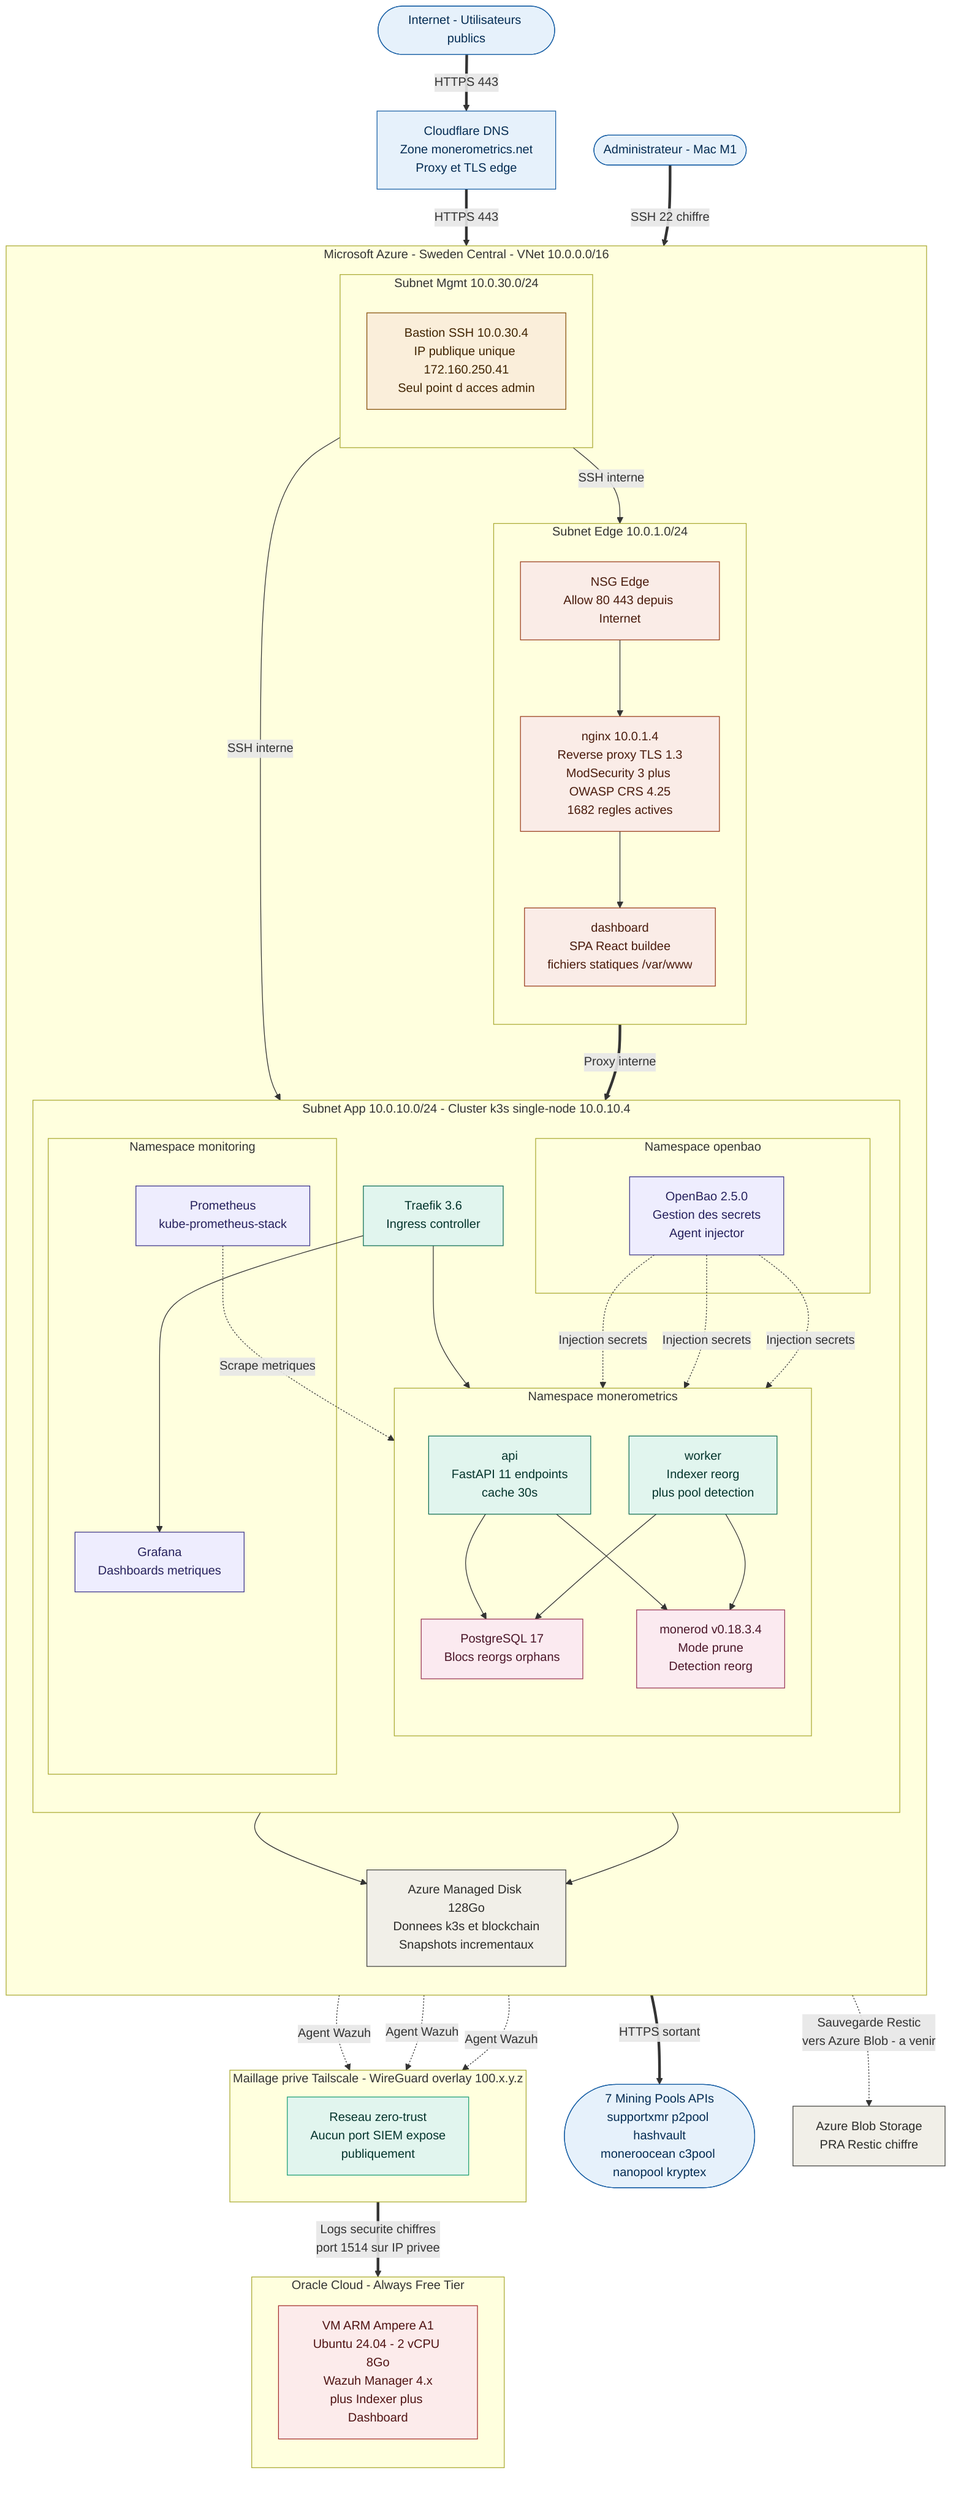
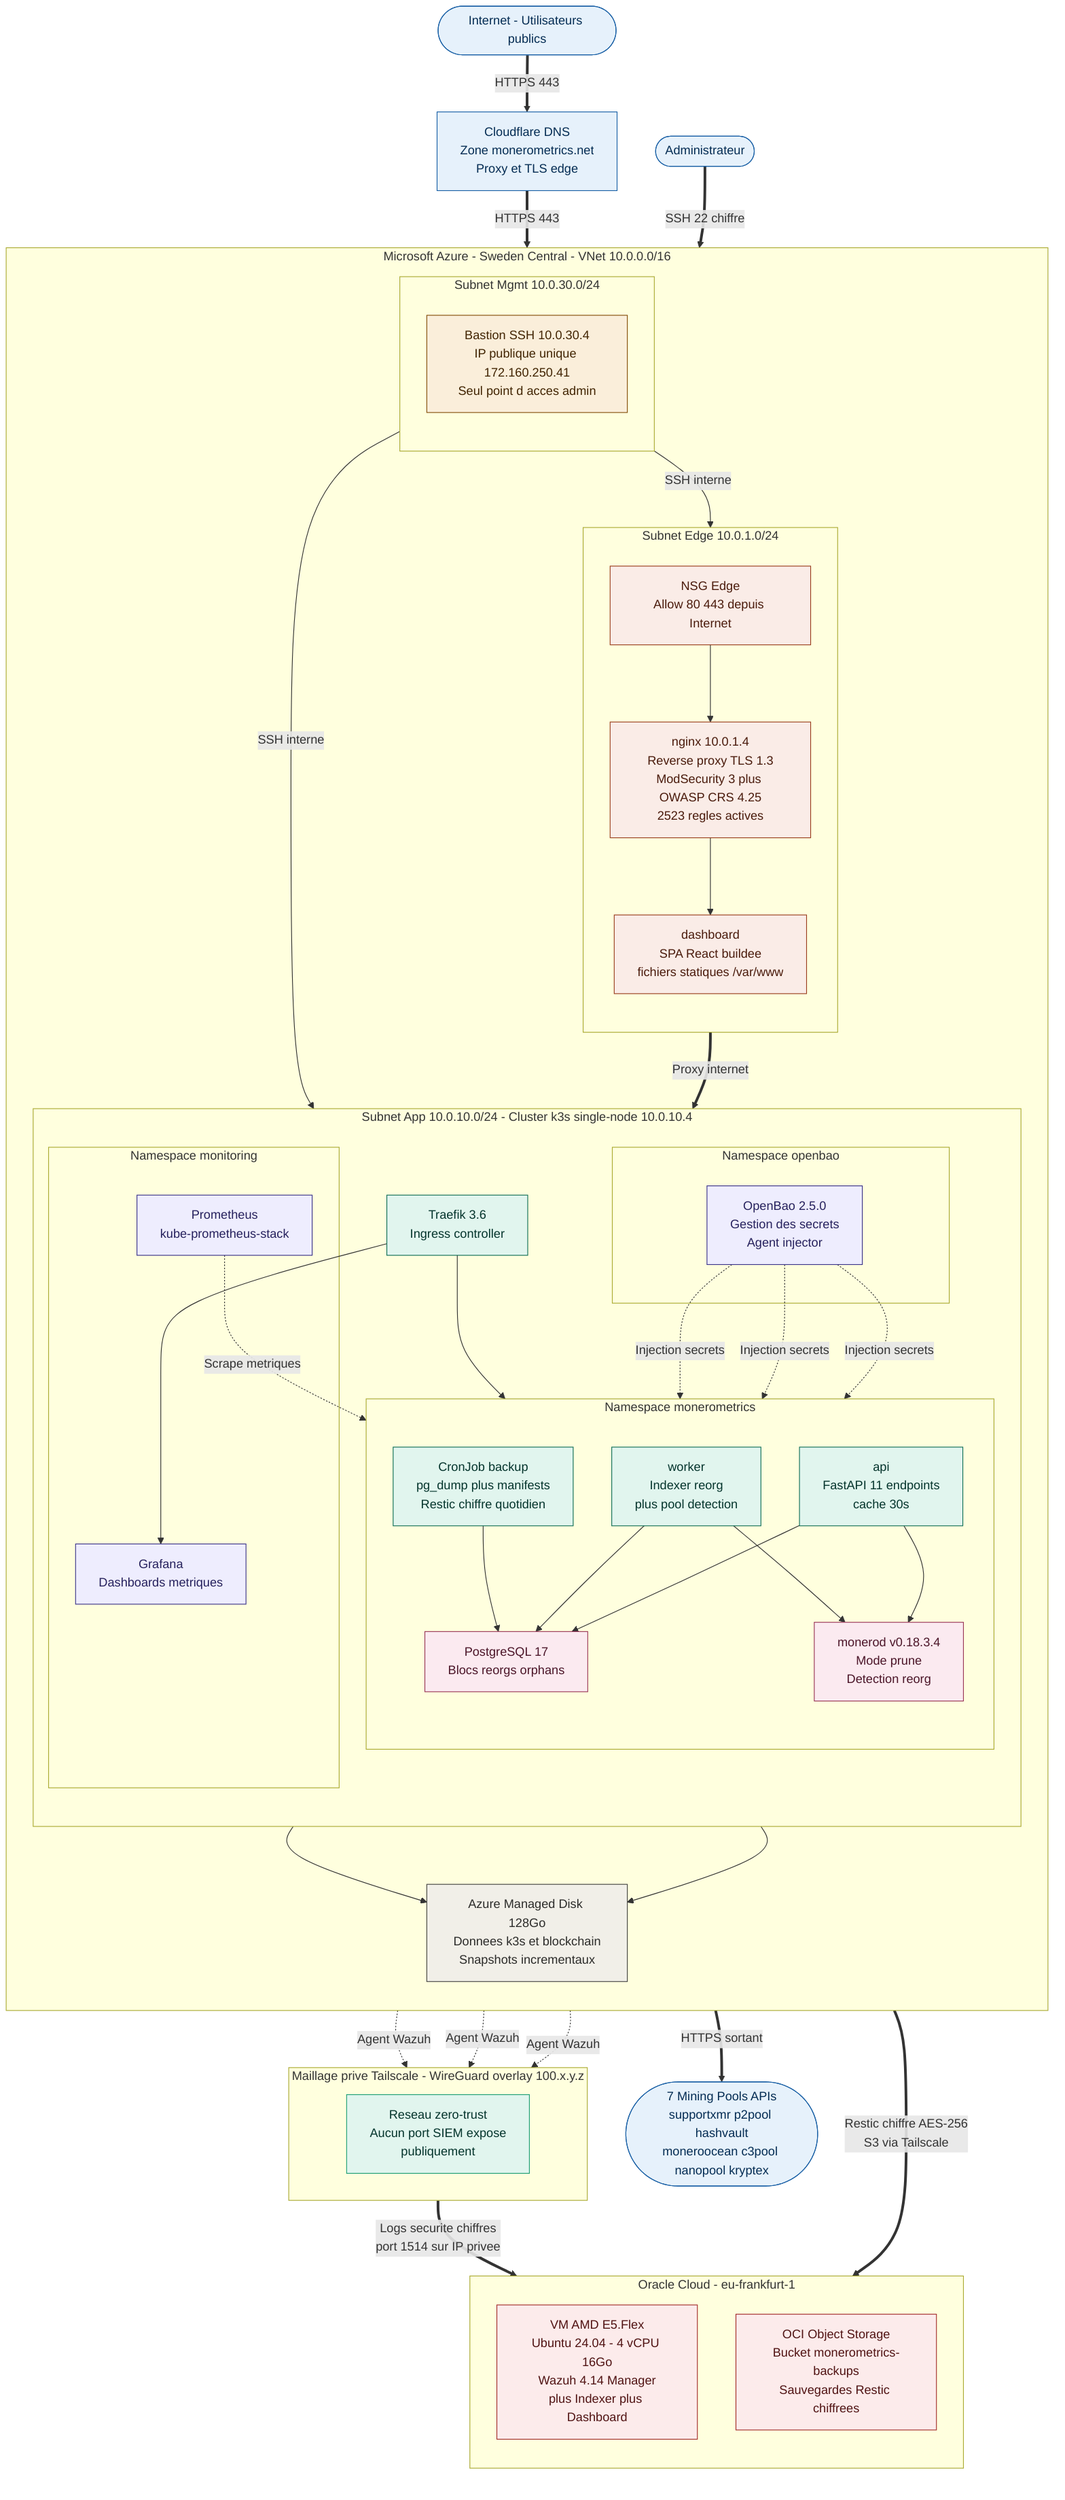
flowchart TB
    Internet([Internet - Utilisateurs publics])
-     Admin([Administrateur - Mac M1])
+     Admin([Administrateur])
    Pools([7 Mining Pools APIs<br/>supportxmr p2pool hashvault<br/>moneroocean c3pool nanopool kryptex])
    CF["Cloudflare DNS<br/>Zone monerometrics.net<br/>Proxy et TLS edge"]

    subgraph Azure["Microsoft Azure - Sweden Central - VNet 10.0.0.0/16"]
        direction TB

        subgraph Edge["Subnet Edge 10.0.1.0/24"]
            direction TB
            NSG1["NSG Edge<br/>Allow 80 443 depuis Internet"]
-             NGX["nginx 10.0.1.4<br/>Reverse proxy TLS 1.3<br/>ModSecurity 3 plus OWASP CRS 4.25<br/>1682 regles actives"]
+             NGX["nginx 10.0.1.4<br/>Reverse proxy TLS 1.3<br/>ModSecurity 3 plus OWASP CRS 4.25<br/>2523 regles actives"]
            DASH["dashboard<br/>SPA React buildee<br/>fichiers statiques /var/www"]
            NSG1 --> NGX
            NGX --> DASH
        end

        subgraph Mgmt["Subnet Mgmt 10.0.30.0/24"]
            direction TB
            BAS["Bastion SSH 10.0.30.4<br/>IP publique unique 172.160.250.41<br/>Seul point d acces admin"]
        end

        subgraph App["Subnet App 10.0.10.0/24 - Cluster k3s single-node 10.0.10.4"]
            direction TB
            TRF["Traefik 3.6<br/>Ingress controller"]

            subgraph NSmm["Namespace monerometrics"]
                direction TB
                API["api<br/>FastAPI 11 endpoints<br/>cache 30s"]
                WRK["worker<br/>Indexer reorg<br/>plus pool detection"]
                MON["monerod v0.18.3.4<br/>Mode prune<br/>Detection reorg"]
                PG["PostgreSQL 17<br/>Blocs reorgs orphans"]
+                 BKP["CronJob backup<br/>pg_dump plus manifests<br/>Restic chiffre quotidien"]
            end

            subgraph NSobs["Namespace monitoring"]
                PROM["Prometheus<br/>kube-prometheus-stack"]
                GRF["Grafana<br/>Dashboards metriques"]
            end

            subgraph NSbao["Namespace openbao"]
                OBAO["OpenBao 2.5.0<br/>Gestion des secrets<br/>Agent injector"]
            end

            TRF --> API
            TRF --> GRF
            API --> PG
            API --> MON
            WRK --> MON
            WRK --> PG
+             BKP --> PG
        end

        DISK["Azure Managed Disk 128Go<br/>Donnees k3s et blockchain<br/>Snapshots incrementaux"]
    end

-     subgraph OCI["Oracle Cloud - Always Free Tier"]
+     subgraph OCI["Oracle Cloud - eu-frankfurt-1"]
        direction TB
-         WZH["VM ARM Ampere A1<br/>Ubuntu 24.04 - 2 vCPU 8Go<br/>Wazuh Manager 4.x<br/>plus Indexer plus Dashboard"]
+         WZH["VM AMD E5.Flex<br/>Ubuntu 24.04 - 4 vCPU 16Go<br/>Wazuh 4.14 Manager<br/>plus Indexer plus Dashboard"]
+         OBJ["OCI Object Storage<br/>Bucket monerometrics-backups<br/>Sauvegardes Restic chiffrees"]
    end

    subgraph TS["Maillage prive Tailscale - WireGuard overlay 100.x.y.z"]
        direction LR
        TSnet["Reseau zero-trust<br/>Aucun port SIEM expose<br/>publiquement"]
    end

    Internet ==>|HTTPS 443| CF
    CF ==>|HTTPS 443| NSG1
-     NGX ==>|Proxy interne| TRF
+     NGX ==>|Proxy internet| TRF
    Admin ==>|SSH 22 chiffre| BAS
    BAS -->|SSH interne| App
    BAS -->|SSH interne| Edge
    WRK ==>|HTTPS sortant| Pools

    OBAO -.->|Injection secrets| API
    OBAO -.->|Injection secrets| WRK
    OBAO -.->|Injection secrets| PG
    PROM -.->|Scrape metriques| NSmm

    App --> DISK
    MON --> DISK

    BAS -.->|Agent Wazuh| TSnet
    NGX -.->|Agent Wazuh| TSnet
    App -.->|Agent Wazuh| TSnet
    TSnet ==>|Logs securite chiffres<br/>port 1514 sur IP privee| WZH

-     DISK -.->|Sauvegarde Restic<br/>vers Azure Blob - a venir| Backup["Azure Blob Storage<br/>PRA Restic chiffre"]
+     BKP ==>|Restic chiffre AES-256<br/>S3 via Tailscale| OBJ

    classDef edge fill:#FAECE7,stroke:#993C1D,color:#4A1B0C
    classDef app fill:#E1F5EE,stroke:#0F6E56,color:#04342C
    classDef data fill:#FBEAF0,stroke:#993556,color:#4B1528
    classDef mgmt fill:#FAEEDA,stroke:#854F0B,color:#412402
    classDef obs fill:#EEEDFE,stroke:#3C3489,color:#26215C
    classDef ext fill:#E6F1FB,stroke:#185FA5,color:#042C53
    classDef bkp fill:#F1EFE8,stroke:#444441,color:#2C2C2A
    classDef oci fill:#FCEBEB,stroke:#A32D2D,color:#501313
    classDef vpn fill:#E1F5EE,stroke:#1D9E75,color:#04342C


-     class API,WRK,TRF app
+     class API,WRK,TRF,BKP app
    class NSG1,NGX,DASH edge
    class MON,PG data
    class BAS mgmt
    class PROM,GRF,OBAO obs
    class Internet,Admin,Pools,CF ext
-     class DISK,Backup bkp
-     class WZH oci
+     class DISK bkp
+     class WZH,OBJ oci
    class TSnet vpn
